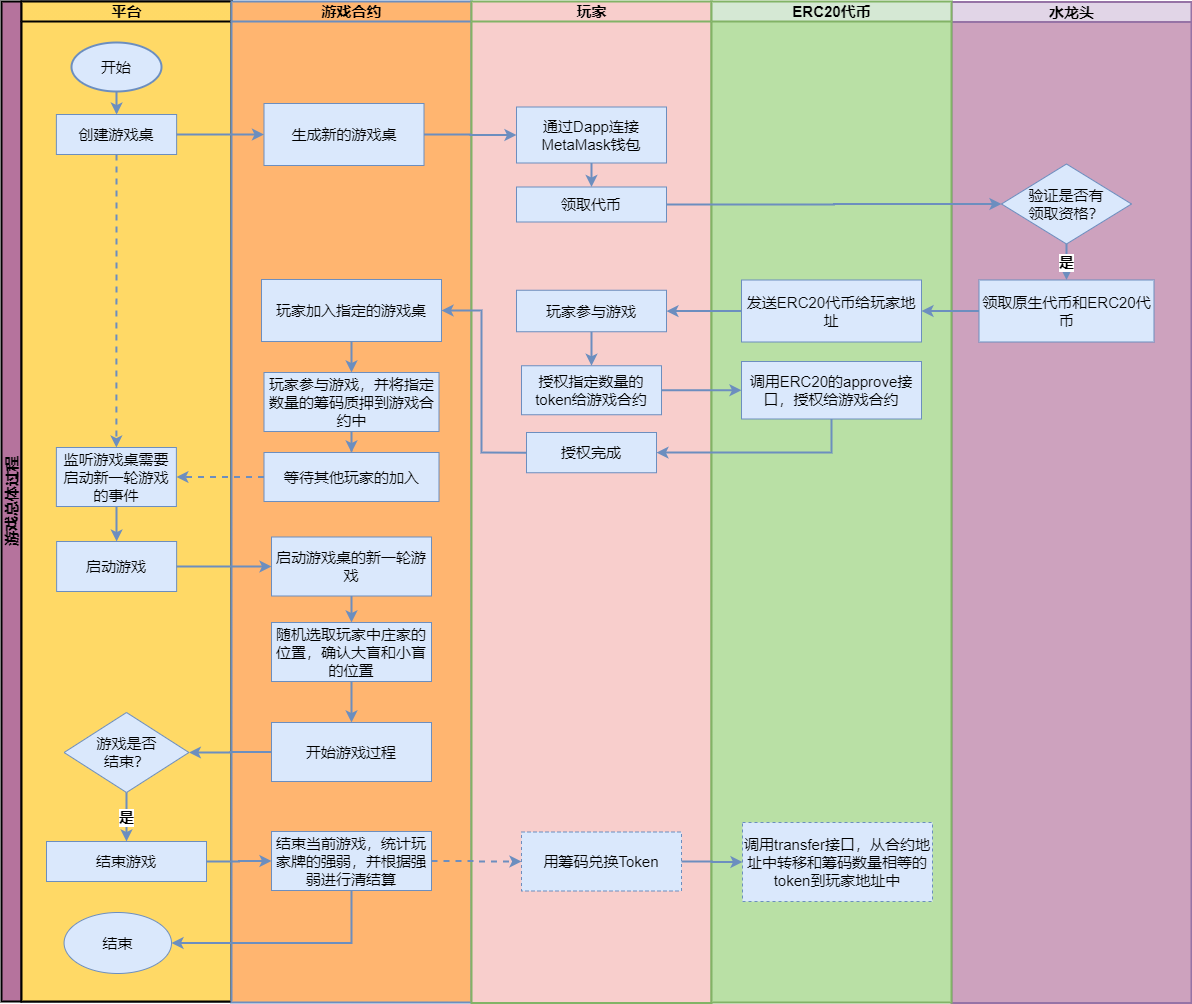
Before: images/overall_game_process.png, a diagram exported from draw.io (Skr9527/TexasHoldem). Source tidied: cells renumbered, new cells last; positions are measured from the earlier drawing's top-left corner, leaving out a move shared by most shapes.
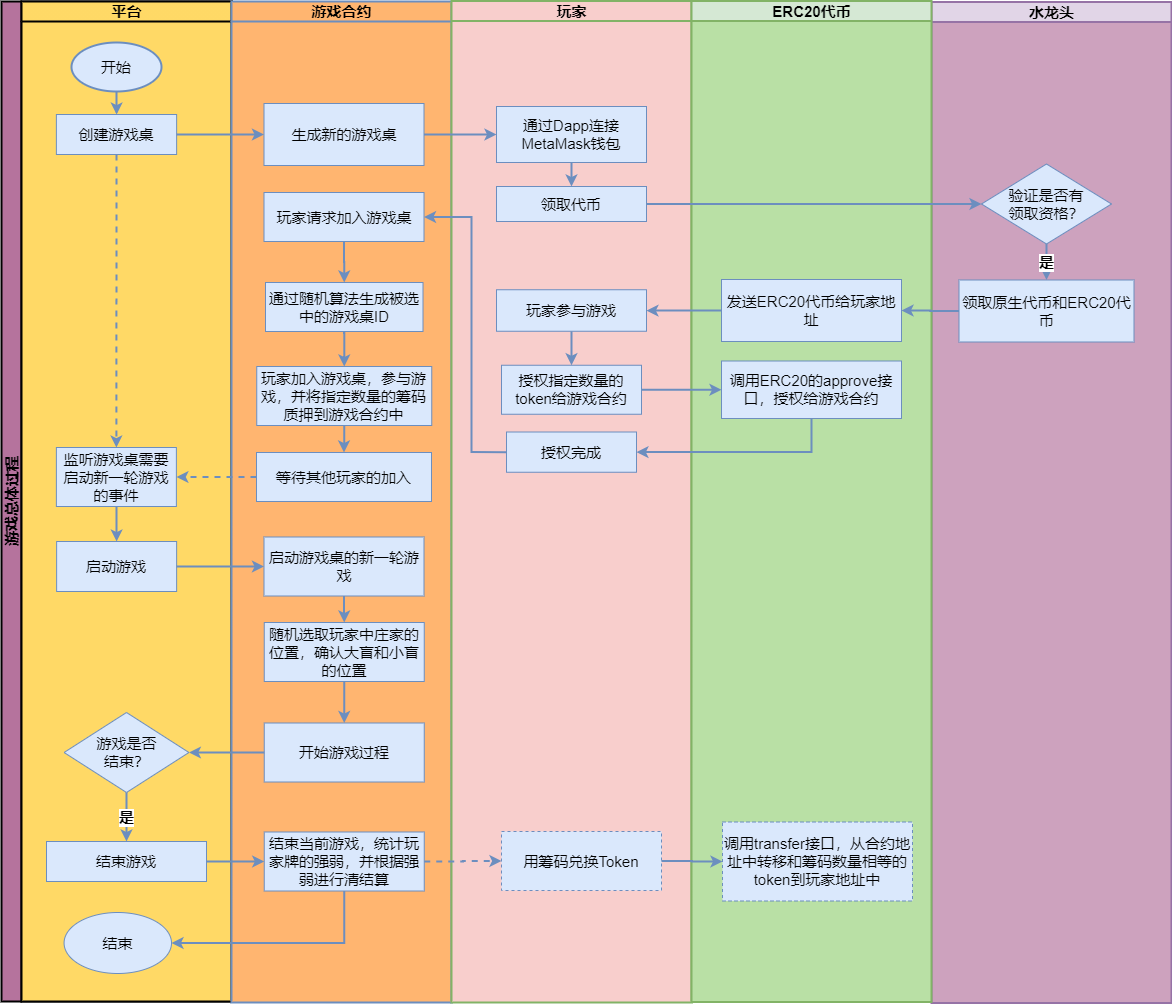
Later version of the same file.

The edit, as a diff of the source:
```diff
@@ -42,7 +42,7 @@
       <mxGeometry x="42.6" y="911" width="107.4" height="61" as="geometry" />
     </mxCell>
     <mxCell id="15" value="&lt;span style=&quot;font-size: 15px&quot;&gt;水龙头&lt;/span&gt;" style="swimlane;html=1;startSize=20;labelPadding=0;strokeColor=#9673a6;swimlaneFillColor=#CDA2BE;fillColor=#e1d5e7;strokeWidth=2;" parent="1" vertex="1">
-      <mxGeometry x="950" y="0.5" width="240" height="1001" as="geometry" />
+      <mxGeometry x="930" y="0.5" width="240" height="1001" as="geometry" />
     </mxCell>
     <mxCell id="16" value="&lt;span style=&quot;font-size: 15px&quot;&gt;领取原生代币和&lt;/span&gt;&lt;span style=&quot;font-size: 15px&quot;&gt;ERC20&lt;/span&gt;&lt;span style=&quot;font-size: 15px&quot;&gt;代币&lt;/span&gt;" style="rounded=0;whiteSpace=wrap;html=1;fillColor=#dae8fc;strokeColor=#6c8ebf;" parent="15" vertex="1">
       <mxGeometry x="27.5" y="278" width="175" height="62" as="geometry" />
@@ -54,44 +54,50 @@
       <mxGeometry x="50" y="162" width="130" height="80" as="geometry" />
     </mxCell>
     <mxCell id="19" value="&lt;font style=&quot;font-size: 15px&quot;&gt;游戏合约&lt;/font&gt;" style="swimlane;html=1;startSize=20;labelPadding=0;strokeColor=#6c8ebf;swimlaneFillColor=#FFB570;fillColor=#FFB570;strokeWidth=2;" parent="1" vertex="1">
-      <mxGeometry x="230" width="240" height="1001" as="geometry" />
+      <mxGeometry x="230" width="220" height="1001" as="geometry" />
     </mxCell>
     <mxCell id="20" style="edgeStyle=orthogonalEdgeStyle;rounded=0;jettySize=auto;html=1;exitX=0.5;exitY=1;exitDx=0;exitDy=0;strokeWidth=2;fontSize=15;fillColor=#dae8fc;strokeColor=#6c8ebf;" parent="19" edge="1" source="21" target="22">
       <mxGeometry relative="1" as="geometry" />
     </mxCell>
-    <mxCell id="21" value="&lt;span style=&quot;font-size: 15px&quot;&gt;玩家参与游戏，并将指定数量的筹码质押到游戏合约中&lt;/span&gt;" style="rounded=0;whiteSpace=wrap;html=1;fillColor=#dae8fc;strokeColor=#6c8ebf;" parent="19" vertex="1">
-      <mxGeometry x="32.5" y="371" width="175" height="59" as="geometry" />
+    <mxCell id="21" value="&lt;span style=&quot;font-size: 15px&quot;&gt;玩家加入游戏桌，参与游戏，并将指定数量的筹码质押到游戏合约中&lt;/span&gt;" style="rounded=0;whiteSpace=wrap;html=1;fillColor=#dae8fc;strokeColor=#6c8ebf;" parent="19" vertex="1">
+      <mxGeometry x="25.2" y="365" width="175" height="59" as="geometry" />
     </mxCell>
     <mxCell id="22" value="&lt;span style=&quot;font-size: 15px&quot;&gt;等待其他玩家的加入&lt;/span&gt;" style="rounded=0;whiteSpace=wrap;html=1;fillColor=#dae8fc;strokeColor=#6c8ebf;" parent="19" vertex="1">
-      <mxGeometry x="32.5" y="451" width="175" height="49" as="geometry" />
+      <mxGeometry x="25" y="451" width="175" height="49" as="geometry" />
     </mxCell>
     <mxCell id="23" value="&lt;span style=&quot;font-size: 15px&quot;&gt;生成新的游戏桌&lt;/span&gt;" style="rounded=0;whiteSpace=wrap;html=1;fillColor=#dae8fc;strokeColor=#6c8ebf;" parent="19" vertex="1">
       <mxGeometry x="32.5" y="102" width="160" height="62" as="geometry" />
     </mxCell>
-    <mxCell id="24" style="edgeStyle=orthogonalEdgeStyle;rounded=0;jettySize=auto;html=1;exitX=0.5;exitY=1;exitDx=0;exitDy=0;strokeWidth=2;fontSize=15;fillColor=#dae8fc;strokeColor=#6c8ebf;" parent="19" edge="1" source="25" target="21">
+    <mxCell id="24" style="edgeStyle=orthogonalEdgeStyle;rounded=0;jettySize=auto;html=1;strokeWidth=2;fontSize=15;fillColor=#dae8fc;strokeColor=#6c8ebf;" parent="19" edge="1" source="61" target="21">
       <mxGeometry relative="1" as="geometry" />
     </mxCell>
+    <mxCell id="60" style="edgeStyle=orthogonalEdgeStyle;rounded=0;jettySize=auto;html=1;exitX=0.5;exitY=1;exitDx=0;exitDy=0;strokeWidth=2;fillColor=#dae8fc;strokeColor=#6c8ebf;" parent="19" edge="1" source="25" target="61">
+      <mxGeometry relative="1" as="geometry" />
+    </mxCell>
-    <mxCell id="25" value="&lt;span style=&quot;font-size: 15px&quot;&gt;玩家加入指定的游戏桌&lt;/span&gt;" style="rounded=0;whiteSpace=wrap;html=1;fillColor=#dae8fc;strokeColor=#6c8ebf;" parent="19" vertex="1">
-      <mxGeometry x="30" y="278" width="180" height="62" as="geometry" />
+    <mxCell id="25" value="&lt;span style=&quot;font-size: 15px&quot;&gt;玩家请求加入&lt;/span&gt;&lt;span style=&quot;font-size: 15px&quot;&gt;游戏桌&lt;/span&gt;" style="rounded=0;whiteSpace=wrap;html=1;fillColor=#dae8fc;strokeColor=#6c8ebf;" parent="19" vertex="1">
+      <mxGeometry x="32.5" y="191" width="160" height="49" as="geometry" />
     </mxCell>
     <mxCell id="26" style="edgeStyle=orthogonalEdgeStyle;rounded=0;jettySize=auto;html=1;exitX=0.5;exitY=1;exitDx=0;exitDy=0;strokeWidth=2;fontSize=15;fillColor=#dae8fc;strokeColor=#6c8ebf;" parent="19" edge="1" source="27" target="29">
       <mxGeometry relative="1" as="geometry" />
     </mxCell>
     <mxCell id="27" value="&lt;span style=&quot;font-size: 15px&quot;&gt;启动游戏桌的新一轮游戏&lt;/span&gt;" style="rounded=0;whiteSpace=wrap;html=1;fillColor=#dae8fc;strokeColor=#6c8ebf;" parent="19" vertex="1">
-      <mxGeometry x="40" y="535.5" width="160" height="59" as="geometry" />
+      <mxGeometry x="32.5" y="535.5" width="160" height="59" as="geometry" />
     </mxCell>
     <mxCell id="28" style="edgeStyle=orthogonalEdgeStyle;rounded=0;jettySize=auto;html=1;exitX=0.5;exitY=1;exitDx=0;exitDy=0;strokeWidth=2;fontSize=15;fillColor=#dae8fc;strokeColor=#6c8ebf;" parent="19" edge="1" source="29" target="30">
       <mxGeometry relative="1" as="geometry" />
     </mxCell>
     <mxCell id="29" value="&lt;span style=&quot;font-size: 15px&quot;&gt;随机选取玩家中庄家的位置，确认大盲和小盲的位置&lt;/span&gt;" style="rounded=0;whiteSpace=wrap;html=1;fillColor=#dae8fc;strokeColor=#6c8ebf;" parent="19" vertex="1">
-      <mxGeometry x="40" y="621" width="160" height="59" as="geometry" />
+      <mxGeometry x="32.8" y="621" width="160" height="59" as="geometry" />
     </mxCell>
     <mxCell id="30" value="&lt;span style=&quot;font-size: 15px&quot;&gt;开始游戏过程&lt;/span&gt;" style="rounded=0;whiteSpace=wrap;html=1;fillColor=#dae8fc;strokeColor=#6c8ebf;" parent="19" vertex="1">
-      <mxGeometry x="40" y="721" width="160" height="59" as="geometry" />
+      <mxGeometry x="32.8" y="721.5" width="160" height="59" as="geometry" />
     </mxCell>
     <mxCell id="31" value="&lt;span style=&quot;font-size: 15px&quot;&gt;结束当前游戏，统计玩家牌的强弱，并根据强弱进行清结算&lt;/span&gt;" style="rounded=0;whiteSpace=wrap;html=1;fillColor=#dae8fc;strokeColor=#6c8ebf;" parent="19" vertex="1">
-      <mxGeometry x="40" y="830" width="160" height="59" as="geometry" />
+      <mxGeometry x="32.8" y="830.5" width="160" height="59" as="geometry" />
     </mxCell>
+    <mxCell id="61" value="&lt;span style=&quot;font-size: 15px&quot;&gt;通过随机算法生成被选中的游戏桌ID&lt;/span&gt;" style="rounded=0;whiteSpace=wrap;html=1;fillColor=#dae8fc;strokeColor=#6c8ebf;" parent="19" vertex="1">
+      <mxGeometry x="34" y="281" width="157.5" height="49" as="geometry" />
+    </mxCell>
     <mxCell id="32" style="edgeStyle=orthogonalEdgeStyle;rounded=0;jettySize=auto;html=1;exitX=1;exitY=0.5;exitDx=0;exitDy=0;strokeWidth=2;fillColor=#dae8fc;strokeColor=#6c8ebf;" parent="1" edge="1" source="7" target="23">
       <mxGeometry relative="1" as="geometry" />
     </mxCell>
@@ -99,7 +105,7 @@
       <mxGeometry relative="1" as="geometry" />
     </mxCell>
     <mxCell id="34" value="&lt;span style=&quot;font-size: 15px&quot;&gt;玩家&lt;/span&gt;" style="swimlane;html=1;startSize=20;labelPadding=0;strokeColor=#82b366;swimlaneFillColor=#F8CECC;strokeWidth=2;fillColor=#F8CECC;" parent="1" vertex="1">
-      <mxGeometry x="470" width="240" height="1001.5" as="geometry" />
+      <mxGeometry x="450" y="-0.5" width="240" height="1001.5" as="geometry" />
     </mxCell>
     <mxCell id="35" value="&lt;span style=&quot;font-size: 15px&quot;&gt;通过Dapp连接MetaMask钱包&lt;/span&gt;" style="rounded=0;whiteSpace=wrap;html=1;fillColor=#dae8fc;strokeColor=#6c8ebf;" parent="34" vertex="1">
       <mxGeometry x="45" y="105.5" width="150" height="56" as="geometry" />
@@ -144,7 +150,7 @@
       <mxGeometry relative="1" as="geometry" />
     </mxCell>
     <mxCell id="49" value="&lt;span style=&quot;font-size: 15px&quot;&gt;ERC20代币&lt;/span&gt;" style="swimlane;html=1;startSize=20;labelPadding=0;strokeColor=#82b366;swimlaneFillColor=#B9E0A5;fillColor=#d5e8d4;strokeWidth=2;" parent="1" vertex="1">
-      <mxGeometry x="710" width="240" height="1001" as="geometry" />
+      <mxGeometry x="690" y="-0.5" width="240" height="1001" as="geometry" />
     </mxCell>
     <mxCell id="50" value="&lt;span style=&quot;font-size: 15px&quot;&gt;发送&lt;/span&gt;&lt;span style=&quot;font-size: 15px&quot;&gt;ERC20&lt;/span&gt;&lt;span style=&quot;font-size: 15px&quot;&gt;代币给玩家地址&lt;/span&gt;" style="rounded=0;whiteSpace=wrap;html=1;fillColor=#dae8fc;strokeColor=#6c8ebf;" parent="49" vertex="1">
       <mxGeometry x="30" y="278.5" width="180" height="62" as="geometry" />
@@ -170,16 +176,17 @@
     <mxCell id="57" style="edgeStyle=orthogonalEdgeStyle;rounded=0;jettySize=auto;html=1;exitX=0.5;exitY=1;exitDx=0;exitDy=0;entryX=1;entryY=0.5;entryDx=0;entryDy=0;strokeWidth=2;fillColor=#dae8fc;strokeColor=#6c8ebf;" parent="1" edge="1" source="51" target="42">
       <mxGeometry relative="1" as="geometry" />
     </mxCell>
+    <mxCell id="59" style="edgeStyle=orthogonalEdgeStyle;rounded=0;jettySize=auto;html=1;exitX=1;exitY=0.5;exitDx=0;exitDy=0;strokeWidth=2;fillColor=#dae8fc;strokeColor=#6c8ebf;" parent="1" edge="1" source="40" target="52">
+      <mxGeometry relative="1" as="geometry" />
+    </mxCell>
     <mxCell id="58" style="edgeStyle=orthogonalEdgeStyle;rounded=0;jettySize=auto;html=1;exitX=0;exitY=0.5;exitDx=0;exitDy=0;entryX=1;entryY=0.5;entryDx=0;entryDy=0;strokeWidth=2;fillColor=#dae8fc;strokeColor=#6c8ebf;" parent="1" edge="1" source="42" target="25">
       <mxGeometry relative="1" as="geometry">
         <Array as="points">
-          <mxPoint x="480" y="451" />
-          <mxPoint x="480" y="309" />
+          <mxPoint x="505" y="451" />
+          <mxPoint x="470" y="451" />
+          <mxPoint x="470" y="216" />
         </Array>
       </mxGeometry>
     </mxCell>
-    <mxCell id="59" style="edgeStyle=orthogonalEdgeStyle;rounded=0;jettySize=auto;html=1;exitX=1;exitY=0.5;exitDx=0;exitDy=0;strokeWidth=2;fillColor=#dae8fc;strokeColor=#6c8ebf;" parent="1" edge="1" source="40" target="52">
-      <mxGeometry relative="1" as="geometry" />
-    </mxCell>
   </root>
 </mxGraphModel>
```
